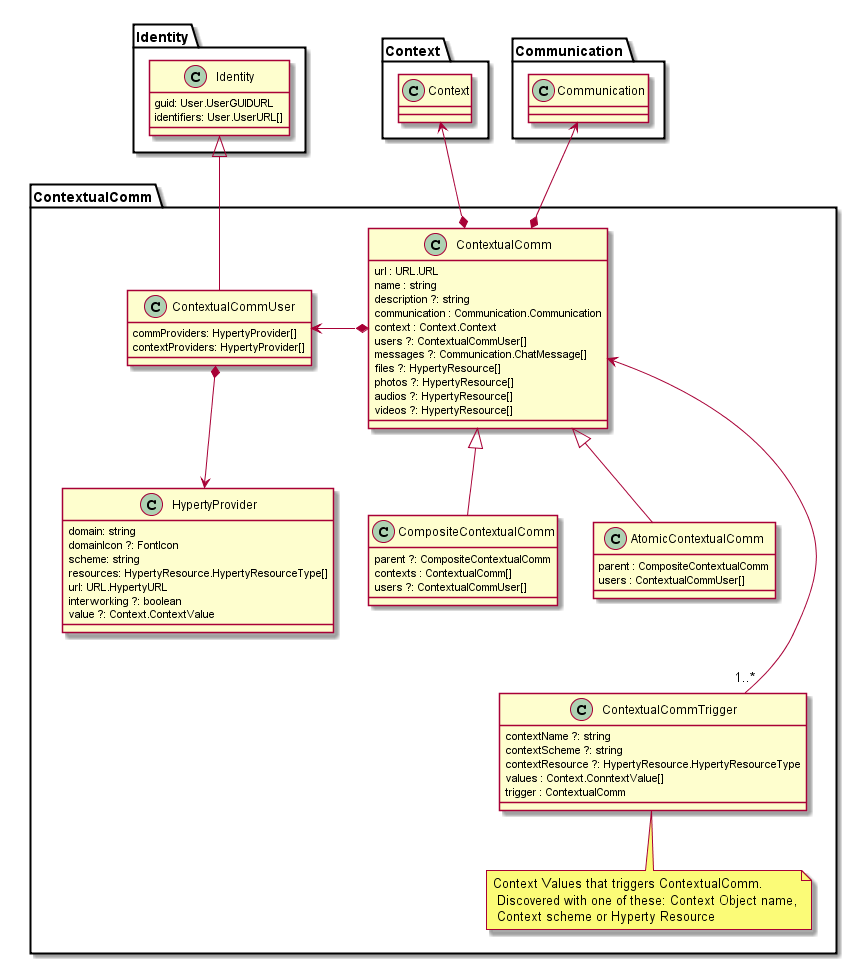
The PlantUML diagram docs/datamodel/contextual-communication-design.png in reTHINK-project/dev-smart-contextual-assistance-app, before a commit.
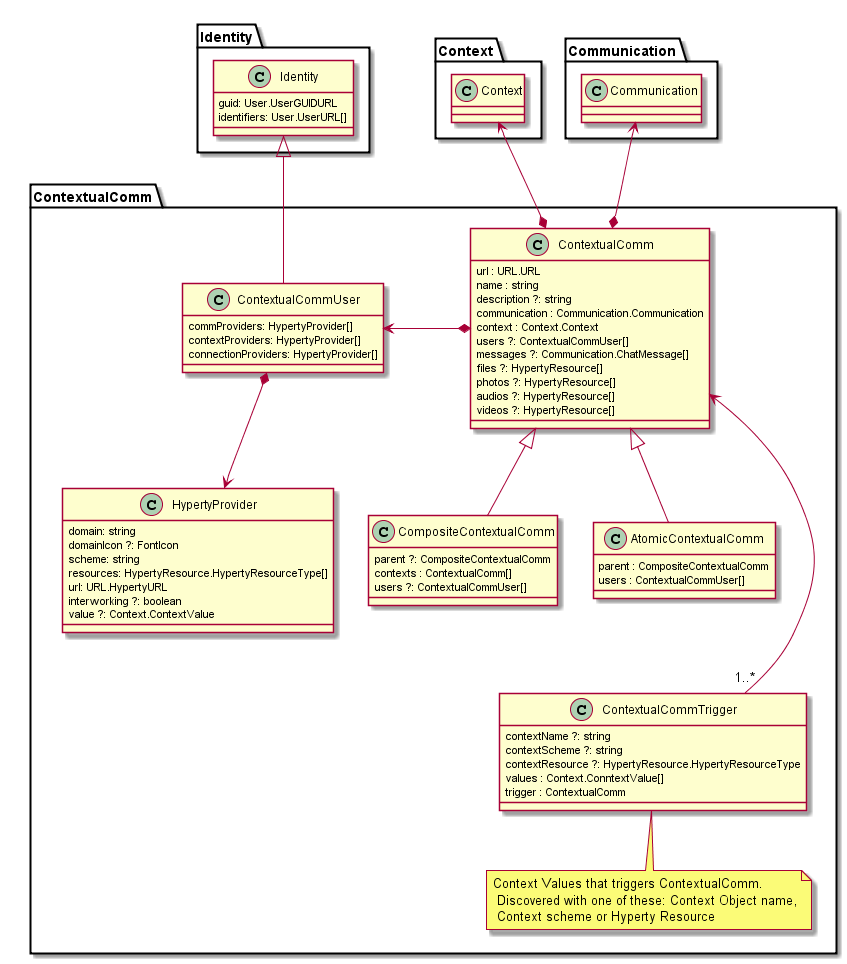
After the commit.

Commit message:
DataModel: added connectionProviders to ContextualCommUser

Change to the diagram source:
```diff
@@ -43,6 +43,7 @@
 	class ContextualCommUser {
 	commProviders: HypertyProvider[]
 	contextProviders: HypertyProvider[]
+	connectionProviders: HypertyProvider[]
 	}
 
 	class HypertyProvider {
```
